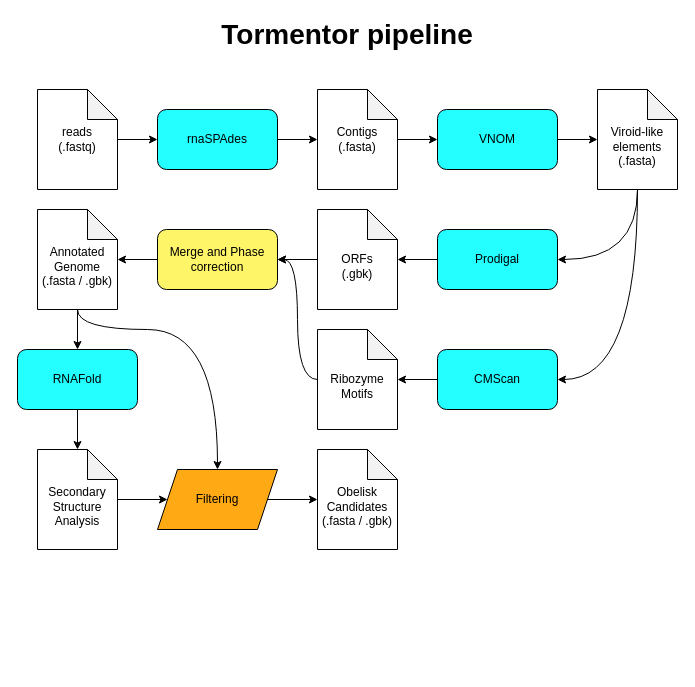
Before: assets/workflow.drawio in sutormin94/tormentor_se, a draw.io diagram. Source tidied: cells renumbered, new cells numbered last; positions are measured from the earlier drawing's top-left corner, leaving out a move shared by most shapes. Both pictures are drawn from the tidied source at 100%, with x=0, y=0 at pixel (17, 19).
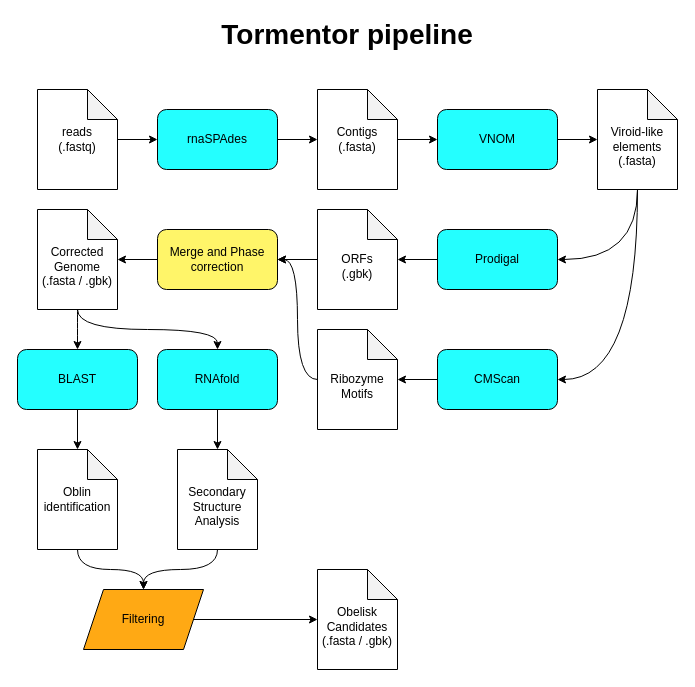
The same diagram, later.

Commit message (it also covers changes not shown here):
updated annotation with oblin identification

The edit, as a diff of the source:
```diff
@@
-    <mxCell id="23" style="edgeStyle=orthogonalEdgeStyle;rounded=0;jettySize=auto;html=1;" parent="1" edge="1" source="25" target="27">
-      <mxGeometry relative="1" as="geometry" />
-    </mxCell>
-    <mxCell id="24" style="edgeStyle=orthogonalEdgeStyle;rounded=0;jettySize=auto;html=1;entryX=0.5;entryY=0;entryDx=0;entryDy=0;curved=1;" parent="1" edge="1" source="25" target="30">
-      <mxGeometry relative="1" as="geometry">
-        <Array as="points">
-          <mxPoint x="60" y="310" />
-          <mxPoint x="200" y="310" />
-        </Array>
-      </mxGeometry>
-    </mxCell>
+    <mxCell id="34" style="edgeStyle=orthogonalEdgeStyle;rounded=0;jettySize=auto;html=1;entryX=0.5;entryY=0;entryDx=0;entryDy=0;curved=1;" parent="1" edge="1" source="25" target="36">
+      <mxGeometry relative="1" as="geometry" />
+    </mxCell>
+    <mxCell id="35" style="edgeStyle=orthogonalEdgeStyle;rounded=0;jettySize=auto;html=1;curved=1;" parent="1" edge="1" source="25" target="40">
+      <mxGeometry relative="1" as="geometry">
+        <Array as="points">
+          <mxPoint x="60" y="310" />
+          <mxPoint x="200" y="310" />
+        </Array>
+      </mxGeometry>
+    </mxCell>
-    <mxCell id="25" value="&lt;div&gt;&lt;br&gt;&lt;/div&gt;Annotated&lt;div&gt;Genome&lt;/div&gt;&lt;div&gt;(.fasta / .gbk)&lt;/div&gt;" style="shape=note;whiteSpace=wrap;html=1;backgroundOutline=1;darkOpacity=0.05;" parent="1" vertex="1">
+    <mxCell id="25" value="&lt;div&gt;&lt;br&gt;&lt;/div&gt;&lt;div&gt;Corrected&lt;/div&gt;&lt;div&gt;Genome&lt;/div&gt;&lt;div&gt;(.fasta / .gbk)&lt;/div&gt;" style="shape=note;whiteSpace=wrap;html=1;backgroundOutline=1;darkOpacity=0.05;" parent="1" vertex="1">
       <mxGeometry x="20" y="190" width="80" height="100" as="geometry" />
     </mxCell>
-    <mxCell id="26" style="edgeStyle=orthogonalEdgeStyle;rounded=0;jettySize=auto;html=1;" parent="1" edge="1" source="27" target="29">
-      <mxGeometry relative="1" as="geometry" />
-    </mxCell>
-    <mxCell id="27" value="RNAFold" style="rounded=1;whiteSpace=wrap;html=1;fillColor=#24FFFF;" parent="1" vertex="1">
-      <mxGeometry y="330" width="120" height="60" as="geometry" />
-    </mxCell>
-    <mxCell id="28" style="edgeStyle=orthogonalEdgeStyle;rounded=0;jettySize=auto;html=1;entryX=0;entryY=0.5;entryDx=0;entryDy=0;" parent="1" edge="1" source="29" target="30">
+    <mxCell id="28" style="edgeStyle=orthogonalEdgeStyle;rounded=0;jettySize=auto;html=1;entryX=0.5;entryY=0;entryDx=0;entryDy=0;curved=1;" parent="1" edge="1" source="29" target="30">
       <mxGeometry relative="1" as="geometry" />
     </mxCell>
     <mxCell id="29" value="&lt;div&gt;&lt;br&gt;&lt;/div&gt;&lt;div&gt;Secondary&lt;/div&gt;&lt;div&gt;Structure&lt;/div&gt;&lt;div&gt;Analysis&lt;/div&gt;" style="shape=note;whiteSpace=wrap;html=1;backgroundOutline=1;darkOpacity=0.05;" parent="1" vertex="1">
-      <mxGeometry x="20" y="430" width="80" height="100" as="geometry" />
+      <mxGeometry x="160" y="430" width="80" height="100" as="geometry" />
     </mxCell>
     <mxCell id="30" value="Filtering" style="shape=parallelogram;perimeter=parallelogramPerimeter;whiteSpace=wrap;html=1;fixedSize=1;fillColor=#FFA914;" parent="1" vertex="1">
-      <mxGeometry x="140" y="450" width="120" height="60" as="geometry" />
+      <mxGeometry x="66" y="570" width="120" height="60" as="geometry" />
     </mxCell>
     <mxCell id="31" value="&lt;div&gt;&lt;br&gt;&lt;/div&gt;&lt;div&gt;Obelisk Candidates&lt;/div&gt;&lt;div&gt;(.fasta / .gbk)&lt;/div&gt;" style="shape=note;whiteSpace=wrap;html=1;backgroundOutline=1;darkOpacity=0.05;" parent="1" vertex="1">
-      <mxGeometry x="300" y="430" width="80" height="100" as="geometry" />
+      <mxGeometry x="300" y="550" width="80" height="100" as="geometry" />
     </mxCell>
@@
+    <mxCell id="36" value="BLAST" style="rounded=1;whiteSpace=wrap;html=1;fillColor=#24FFFF;" parent="1" vertex="1">
+      <mxGeometry y="330" width="120" height="60" as="geometry" />
+    </mxCell>
+    <mxCell id="37" style="edgeStyle=orthogonalEdgeStyle;rounded=0;jettySize=auto;html=1;entryX=0.5;entryY=0;entryDx=0;entryDy=0;curved=1;" parent="1" edge="1" source="38" target="30">
+      <mxGeometry relative="1" as="geometry" />
+    </mxCell>
+    <mxCell id="38" value="Oblin identification" style="shape=note;whiteSpace=wrap;html=1;backgroundOutline=1;darkOpacity=0.05;" parent="1" vertex="1">
+      <mxGeometry x="20" y="430" width="80" height="100" as="geometry" />
+    </mxCell>
+    <mxCell id="39" style="edgeStyle=orthogonalEdgeStyle;rounded=0;jettySize=auto;html=1;entryX=0.5;entryY=0;entryDx=0;entryDy=0;entryPerimeter=0;" parent="1" edge="1" source="36" target="38">
+      <mxGeometry relative="1" as="geometry" />
+    </mxCell>
+    <mxCell id="40" value="RNAfold" style="rounded=1;whiteSpace=wrap;html=1;fillColor=#24FFFF;" parent="1" vertex="1">
+      <mxGeometry x="140" y="330" width="120" height="60" as="geometry" />
+    </mxCell>
+    <mxCell id="41" style="edgeStyle=orthogonalEdgeStyle;rounded=0;jettySize=auto;html=1;entryX=0.5;entryY=0;entryDx=0;entryDy=0;entryPerimeter=0;" parent="1" edge="1" source="40" target="29">
+      <mxGeometry relative="1" as="geometry" />
+    </mxCell>
```
